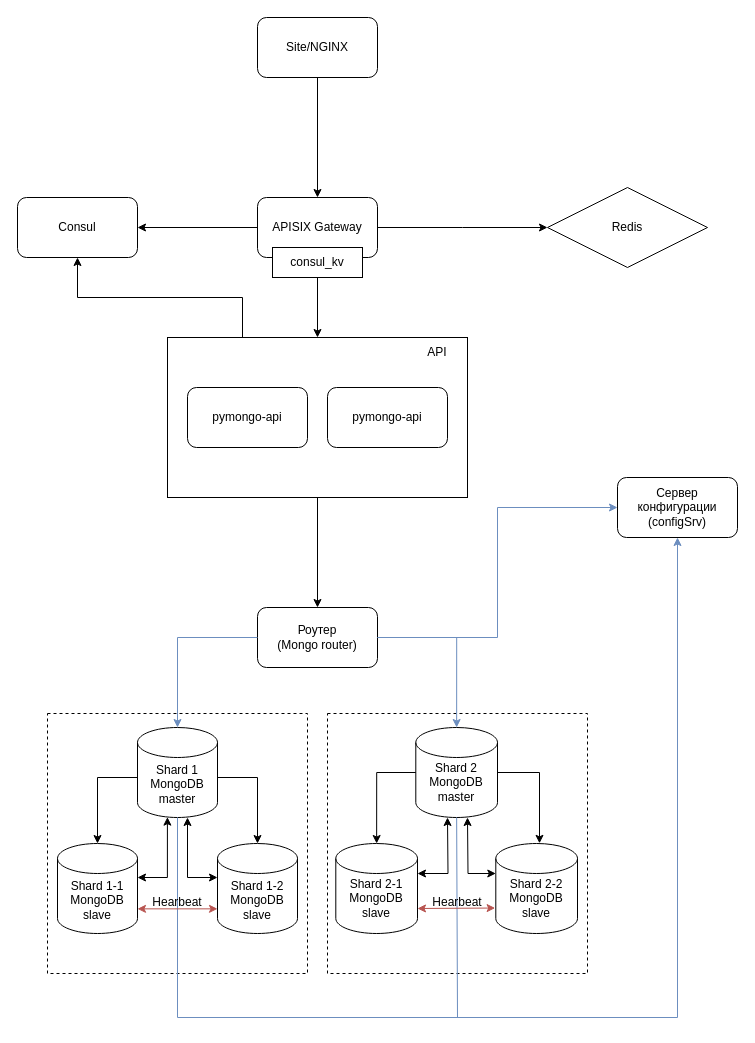
Before: page "api gateway" (5 of 6) of sprint2.drawio in Ivan-Kozhushko/architecture-sprint-2, a draw.io diagram. Source tidied: cells renumbered, new cells numbered last; positions are measured from the earlier drawing's top-left corner, leaving out a move shared by most shapes. Both pictures are drawn from the tidied source at 100%, with x=0, y=0 at pixel (17, 17).
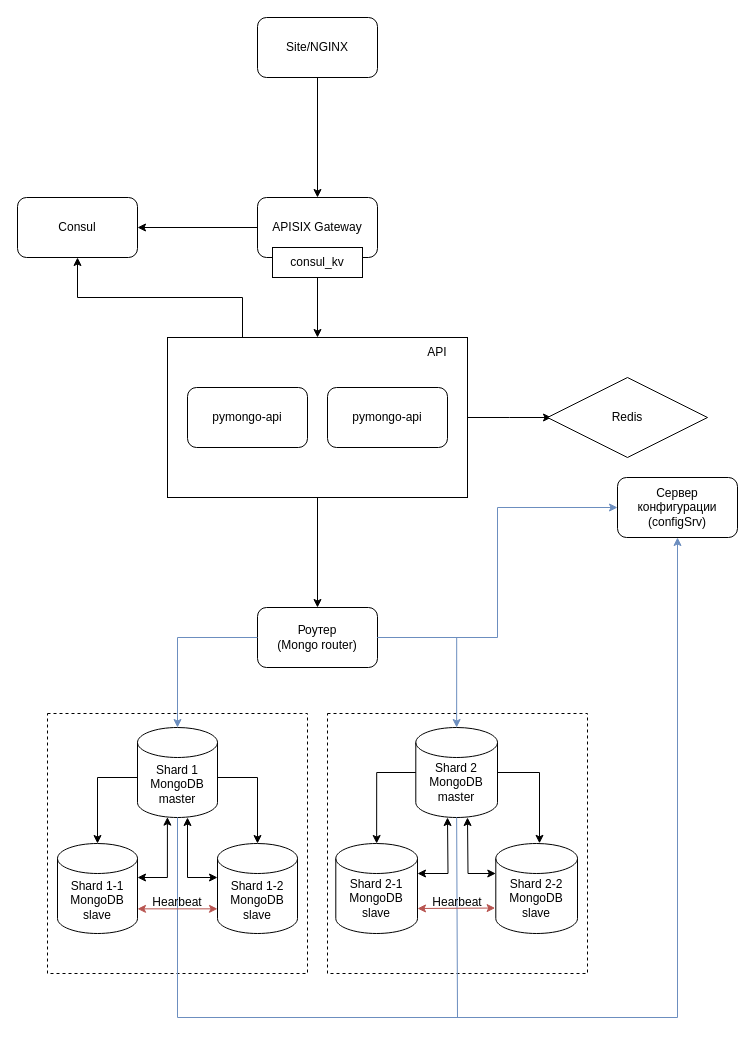
The same page after the edit.

Unchanged cells that the change refers to:
```xml
<mxCell id="4" style="rounded=0;whiteSpace=wrap;html=1;" parent="1" vertex="1">
  <mxGeometry x="150" y="320" width="300" height="160" as="geometry" />
</mxCell>
<mxCell id="56" style="rounded=1;whiteSpace=wrap;html=1;" parent="1" vertex="1">
  <mxGeometry x="240" y="180" width="120" height="60" as="geometry" />
</mxCell>
```

Change to the diagram source:
```diff
@@
+    <mxCell id="66" style="edgeStyle=orthogonalEdgeStyle;rounded=0;jettySize=auto;html=1;exitX=1;exitY=0.5;exitDx=0;exitDy=0;" parent="1" edge="1" source="4">
+      <mxGeometry relative="1" as="geometry">
+        <mxPoint x="534" y="400" as="targetPoint" />
+      </mxGeometry>
+    </mxCell>
@@
     <mxCell id="49" style="group;" parent="1" vertex="1">
-      <mxGeometry x="530" y="170" width="160" height="80" as="geometry" />
+      <mxGeometry x="530" y="360" width="160" height="80" as="geometry" />
     </mxCell>
@@
-    <mxCell id="54" style="edgeStyle=orthogonalEdgeStyle;rounded=0;jettySize=auto;html=1;" parent="1" edge="1" source="56">
-      <mxGeometry relative="1" as="geometry">
-        <mxPoint x="530" y="210" as="targetPoint" />
-      </mxGeometry>
-    </mxCell>
```
